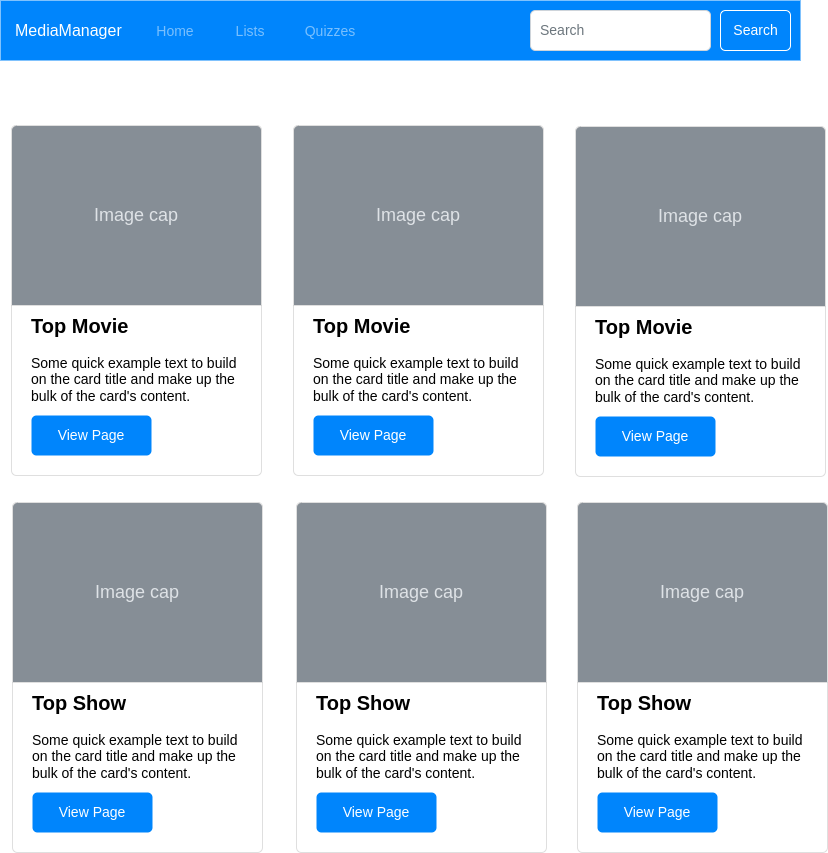
Earlier version of the draw.io export img/wireframes/Home.png (oneexists/oneexists.github.io). Source tidied: cells renumbered, new cells last; positions are measured from the earlier drawing's top-left corner, leaving out a move shared by most shapes. The source it was exported from:
```xml
<mxGraphModel>
  <root>
    <mxCell id="0" />
    <mxCell id="1" parent="0" />
    <mxCell id="2" value="MediaManager" style="html=1;shadow=0;dashed=0;fillColor=#0085FC;strokeColor=none;fontSize=16;fontColor=#ffffff;align=left;spacing=15;" parent="1" vertex="1">
      <mxGeometry width="800" height="60" as="geometry" />
    </mxCell>
    <mxCell id="3" value="Home" style="fillColor=none;strokeColor=none;fontSize=14;fontColor=#79BFFD;align=center;" parent="2" vertex="1">
      <mxGeometry width="70" height="40" relative="1" as="geometry">
        <mxPoint x="140" y="10" as="offset" />
      </mxGeometry>
    </mxCell>
    <mxCell id="4" value="Lists" style="fillColor=none;strokeColor=none;fontSize=14;fontColor=#79BFFD;align=center;spacingRight=0;" parent="2" vertex="1">
      <mxGeometry width="80" height="40" relative="1" as="geometry">
        <mxPoint x="210" y="10" as="offset" />
      </mxGeometry>
    </mxCell>
    <mxCell id="5" value="Quizzes" style="fillColor=none;strokeColor=none;fontSize=14;fontColor=#79BFFD;align=center;" parent="2" vertex="1">
      <mxGeometry width="80" height="40" relative="1" as="geometry">
        <mxPoint x="290" y="10" as="offset" />
      </mxGeometry>
    </mxCell>
    <mxCell id="6" value="Search" style="html=1;shadow=0;dashed=0;shape=mxgraph.bootstrap.rrect;rSize=5;fontSize=14;fontColor=#ffffff;strokeColor=#ffffff;fillColor=none;" parent="2" vertex="1">
      <mxGeometry x="1" width="70" height="40" relative="1" as="geometry">
        <mxPoint x="-80" y="10" as="offset" />
      </mxGeometry>
    </mxCell>
    <mxCell id="7" value="Search" style="html=1;shadow=0;dashed=0;shape=mxgraph.bootstrap.rrect;rSize=5;fontSize=14;fontColor=#6C767D;strokeColor=#CED4DA;fillColor=#ffffff;align=left;spacing=10;" parent="2" vertex="1">
      <mxGeometry x="1" width="180" height="40" relative="1" as="geometry">
        <mxPoint x="-270" y="10" as="offset" />
      </mxGeometry>
    </mxCell>
    <mxCell id="8" value="&lt;b&gt;&lt;font style=&quot;font-size: 20px&quot;&gt;Top Movie&lt;/font&gt;&lt;/b&gt;&lt;br style=&quot;font-size: 14px&quot;&gt;&lt;br style=&quot;font-size: 14px&quot;&gt;Some quick example text to build on the card title and make up the bulk of the card's content." style="html=1;shadow=0;dashed=0;shape=mxgraph.bootstrap.rrect;rSize=5;strokeColor=#DFDFDF;html=1;whiteSpace=wrap;fillColor=#ffffff;fontColor=#000000;verticalAlign=bottom;align=left;spacing=20;spacingBottom=50;fontSize=14;" parent="1" vertex="1">
      <mxGeometry x="11" y="125" width="250" height="350" as="geometry" />
    </mxCell>
    <mxCell id="9" value="Image cap" style="html=1;shadow=0;dashed=0;shape=mxgraph.bootstrap.topButton;rSize=5;perimeter=none;whiteSpace=wrap;fillColor=#868E96;strokeColor=#DFDFDF;fontColor=#DEE2E6;fontSize=18;" parent="8" vertex="1">
      <mxGeometry width="250" height="180" relative="1" as="geometry" />
    </mxCell>
    <mxCell id="10" value="View Page" style="html=1;shadow=0;dashed=0;shape=mxgraph.bootstrap.rrect;rSize=5;perimeter=none;whiteSpace=wrap;fillColor=#0085FC;strokeColor=none;fontColor=#ffffff;fontSize=14;" parent="8" vertex="1">
      <mxGeometry y="1" width="120" height="40" relative="1" as="geometry">
        <mxPoint x="20" y="-60" as="offset" />
      </mxGeometry>
    </mxCell>
    <mxCell id="11" value="&lt;b&gt;&lt;font style=&quot;font-size: 20px&quot;&gt;Top Movie&lt;/font&gt;&lt;/b&gt;&lt;br&gt;&lt;br style=&quot;font-size: 14px&quot;&gt;Some quick example text to build on the card title and make up the bulk of the card's content." style="html=1;shadow=0;dashed=0;shape=mxgraph.bootstrap.rrect;rSize=5;strokeColor=#DFDFDF;html=1;whiteSpace=wrap;fillColor=#ffffff;fontColor=#000000;verticalAlign=bottom;align=left;spacing=20;spacingBottom=50;fontSize=14;" parent="1" vertex="1">
      <mxGeometry x="575" y="126" width="250" height="350" as="geometry" />
    </mxCell>
    <mxCell id="12" value="Image cap" style="html=1;shadow=0;dashed=0;shape=mxgraph.bootstrap.topButton;rSize=5;perimeter=none;whiteSpace=wrap;fillColor=#868E96;strokeColor=#DFDFDF;fontColor=#DEE2E6;fontSize=18;" parent="11" vertex="1">
      <mxGeometry width="250" height="180" relative="1" as="geometry" />
    </mxCell>
    <mxCell id="13" value="View Page" style="html=1;shadow=0;dashed=0;shape=mxgraph.bootstrap.rrect;rSize=5;perimeter=none;whiteSpace=wrap;fillColor=#0085FC;strokeColor=none;fontColor=#ffffff;fontSize=14;" parent="11" vertex="1">
      <mxGeometry y="1" width="120" height="40" relative="1" as="geometry">
        <mxPoint x="20" y="-60" as="offset" />
      </mxGeometry>
    </mxCell>
    <mxCell id="14" value="&lt;b&gt;&lt;font style=&quot;font-size: 20px&quot;&gt;Top Movie&lt;/font&gt;&lt;/b&gt;&lt;br&gt;&lt;br style=&quot;font-size: 14px&quot;&gt;Some quick example text to build on the card title and make up the bulk of the card's content." style="html=1;shadow=0;dashed=0;shape=mxgraph.bootstrap.rrect;rSize=5;strokeColor=#DFDFDF;html=1;whiteSpace=wrap;fillColor=#ffffff;fontColor=#000000;verticalAlign=bottom;align=left;spacing=20;spacingBottom=50;fontSize=14;" parent="1" vertex="1">
      <mxGeometry x="293" y="125" width="250" height="350" as="geometry" />
    </mxCell>
    <mxCell id="15" value="Image cap" style="html=1;shadow=0;dashed=0;shape=mxgraph.bootstrap.topButton;rSize=5;perimeter=none;whiteSpace=wrap;fillColor=#868E96;strokeColor=#DFDFDF;fontColor=#DEE2E6;fontSize=18;" parent="14" vertex="1">
      <mxGeometry width="250" height="180" relative="1" as="geometry" />
    </mxCell>
    <mxCell id="16" value="View Page" style="html=1;shadow=0;dashed=0;shape=mxgraph.bootstrap.rrect;rSize=5;perimeter=none;whiteSpace=wrap;fillColor=#0085FC;strokeColor=none;fontColor=#ffffff;fontSize=14;" parent="14" vertex="1">
      <mxGeometry y="1" width="120" height="40" relative="1" as="geometry">
        <mxPoint x="20" y="-60" as="offset" />
      </mxGeometry>
    </mxCell>
    <mxCell id="17" value="&lt;b&gt;&lt;font style=&quot;font-size: 20px&quot;&gt;Top Show&lt;/font&gt;&lt;/b&gt;&lt;br&gt;&lt;br style=&quot;font-size: 14px&quot;&gt;Some quick example text to build on the card title and make up the bulk of the card's content." style="html=1;shadow=0;dashed=0;shape=mxgraph.bootstrap.rrect;rSize=5;strokeColor=#DFDFDF;html=1;whiteSpace=wrap;fillColor=#ffffff;fontColor=#000000;verticalAlign=bottom;align=left;spacing=20;spacingBottom=50;fontSize=14;" parent="1" vertex="1">
      <mxGeometry x="577" y="502" width="250" height="350" as="geometry" />
    </mxCell>
    <mxCell id="18" value="Image cap" style="html=1;shadow=0;dashed=0;shape=mxgraph.bootstrap.topButton;rSize=5;perimeter=none;whiteSpace=wrap;fillColor=#868E96;strokeColor=#DFDFDF;fontColor=#DEE2E6;fontSize=18;" parent="17" vertex="1">
      <mxGeometry width="250" height="180" relative="1" as="geometry" />
    </mxCell>
    <mxCell id="19" value="View Page" style="html=1;shadow=0;dashed=0;shape=mxgraph.bootstrap.rrect;rSize=5;perimeter=none;whiteSpace=wrap;fillColor=#0085FC;strokeColor=none;fontColor=#ffffff;fontSize=14;" parent="17" vertex="1">
      <mxGeometry y="1" width="120" height="40" relative="1" as="geometry">
        <mxPoint x="20" y="-60" as="offset" />
      </mxGeometry>
    </mxCell>
    <mxCell id="20" value="&lt;b&gt;&lt;font style=&quot;font-size: 20px&quot;&gt;Top Show&lt;/font&gt;&lt;/b&gt;&lt;br style=&quot;font-size: 14px&quot;&gt;&lt;br style=&quot;font-size: 14px&quot;&gt;Some quick example text to build on the card title and make up the bulk of the card's content." style="html=1;shadow=0;dashed=0;shape=mxgraph.bootstrap.rrect;rSize=5;strokeColor=#DFDFDF;html=1;whiteSpace=wrap;fillColor=#ffffff;fontColor=#000000;verticalAlign=bottom;align=left;spacing=20;spacingBottom=50;fontSize=14;" parent="1" vertex="1">
      <mxGeometry x="296" y="502" width="250" height="350" as="geometry" />
    </mxCell>
    <mxCell id="21" value="Image cap" style="html=1;shadow=0;dashed=0;shape=mxgraph.bootstrap.topButton;rSize=5;perimeter=none;whiteSpace=wrap;fillColor=#868E96;strokeColor=#DFDFDF;fontColor=#DEE2E6;fontSize=18;" parent="20" vertex="1">
      <mxGeometry width="250" height="180" relative="1" as="geometry" />
    </mxCell>
    <mxCell id="22" value="View Page" style="html=1;shadow=0;dashed=0;shape=mxgraph.bootstrap.rrect;rSize=5;perimeter=none;whiteSpace=wrap;fillColor=#0085FC;strokeColor=none;fontColor=#ffffff;fontSize=14;" parent="20" vertex="1">
      <mxGeometry y="1" width="120" height="40" relative="1" as="geometry">
        <mxPoint x="20" y="-60" as="offset" />
      </mxGeometry>
    </mxCell>
    <mxCell id="23" value="&lt;b&gt;&lt;font style=&quot;font-size: 20px&quot;&gt;Top Show&lt;/font&gt;&lt;/b&gt;&lt;br style=&quot;font-size: 14px&quot;&gt;&lt;br style=&quot;font-size: 14px&quot;&gt;Some quick example text to build on the card title and make up the bulk of the card's content." style="html=1;shadow=0;dashed=0;shape=mxgraph.bootstrap.rrect;rSize=5;strokeColor=#DFDFDF;html=1;whiteSpace=wrap;fillColor=#ffffff;fontColor=#000000;verticalAlign=bottom;align=left;spacing=20;spacingBottom=50;fontSize=14;" parent="1" vertex="1">
      <mxGeometry x="12" y="502" width="250" height="350" as="geometry" />
    </mxCell>
    <mxCell id="24" value="Image cap" style="html=1;shadow=0;dashed=0;shape=mxgraph.bootstrap.topButton;rSize=5;perimeter=none;whiteSpace=wrap;fillColor=#868E96;strokeColor=#DFDFDF;fontColor=#DEE2E6;fontSize=18;" parent="23" vertex="1">
      <mxGeometry width="250" height="180" relative="1" as="geometry" />
    </mxCell>
    <mxCell id="25" value="View Page" style="html=1;shadow=0;dashed=0;shape=mxgraph.bootstrap.rrect;rSize=5;perimeter=none;whiteSpace=wrap;fillColor=#0085FC;strokeColor=none;fontColor=#ffffff;fontSize=14;" parent="23" vertex="1">
      <mxGeometry y="1" width="120" height="40" relative="1" as="geometry">
        <mxPoint x="20" y="-60" as="offset" />
      </mxGeometry>
    </mxCell>
  </root>
</mxGraphModel>
```
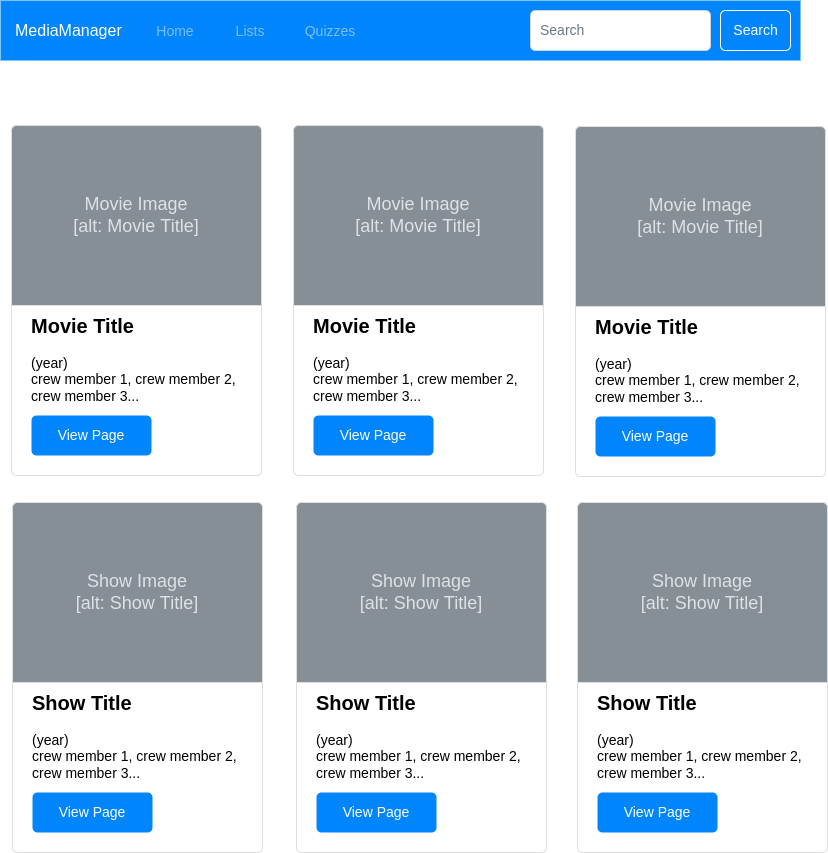
Later version of the same file.

Commit message:
update home page to specify movie and show data display

Diff of the diagram source:
```diff
@@ -30,10 +30,10 @@
         <mxPoint x="-270" y="10" as="offset" />
       </mxGeometry>
     </mxCell>
-    <mxCell id="8" value="&lt;b&gt;&lt;font style=&quot;font-size: 20px&quot;&gt;Top Movie&lt;/font&gt;&lt;/b&gt;&lt;br style=&quot;font-size: 14px&quot;&gt;&lt;br style=&quot;font-size: 14px&quot;&gt;Some quick example text to build on the card title and make up the bulk of the card's content." style="html=1;shadow=0;dashed=0;shape=mxgraph.bootstrap.rrect;rSize=5;strokeColor=#DFDFDF;html=1;whiteSpace=wrap;fillColor=#ffffff;fontColor=#000000;verticalAlign=bottom;align=left;spacing=20;spacingBottom=50;fontSize=14;" parent="1" vertex="1">
+    <mxCell id="8" value="&lt;b&gt;&lt;font style=&quot;font-size: 20px&quot;&gt;Movie Title&lt;/font&gt;&lt;/b&gt;&lt;br style=&quot;font-size: 14px&quot;&gt;&lt;br style=&quot;font-size: 14px&quot;&gt;(year)&lt;br&gt;crew member 1, crew member 2, crew member 3..." style="html=1;shadow=0;dashed=0;shape=mxgraph.bootstrap.rrect;rSize=5;strokeColor=#DFDFDF;html=1;whiteSpace=wrap;fillColor=#ffffff;fontColor=#000000;verticalAlign=bottom;align=left;spacing=20;spacingBottom=50;fontSize=14;" parent="1" vertex="1">
       <mxGeometry x="11" y="125" width="250" height="350" as="geometry" />
     </mxCell>
-    <mxCell id="9" value="Image cap" style="html=1;shadow=0;dashed=0;shape=mxgraph.bootstrap.topButton;rSize=5;perimeter=none;whiteSpace=wrap;fillColor=#868E96;strokeColor=#DFDFDF;fontColor=#DEE2E6;fontSize=18;" parent="8" vertex="1">
+    <mxCell id="9" value="Movie Image&lt;br&gt;[alt: Movie Title]" style="html=1;shadow=0;dashed=0;shape=mxgraph.bootstrap.topButton;rSize=5;perimeter=none;whiteSpace=wrap;fillColor=#868E96;strokeColor=#DFDFDF;fontColor=#DEE2E6;fontSize=18;" parent="8" vertex="1">
       <mxGeometry width="250" height="180" relative="1" as="geometry" />
     </mxCell>
     <mxCell id="10" value="View Page" style="html=1;shadow=0;dashed=0;shape=mxgraph.bootstrap.rrect;rSize=5;perimeter=none;whiteSpace=wrap;fillColor=#0085FC;strokeColor=none;fontColor=#ffffff;fontSize=14;" parent="8" vertex="1">
@@ -41,10 +41,10 @@
         <mxPoint x="20" y="-60" as="offset" />
       </mxGeometry>
     </mxCell>
-    <mxCell id="11" value="&lt;b&gt;&lt;font style=&quot;font-size: 20px&quot;&gt;Top Movie&lt;/font&gt;&lt;/b&gt;&lt;br&gt;&lt;br style=&quot;font-size: 14px&quot;&gt;Some quick example text to build on the card title and make up the bulk of the card's content." style="html=1;shadow=0;dashed=0;shape=mxgraph.bootstrap.rrect;rSize=5;strokeColor=#DFDFDF;html=1;whiteSpace=wrap;fillColor=#ffffff;fontColor=#000000;verticalAlign=bottom;align=left;spacing=20;spacingBottom=50;fontSize=14;" parent="1" vertex="1">
+    <mxCell id="11" value="&lt;b&gt;&lt;font style=&quot;font-size: 20px&quot;&gt;Movie Title&lt;/font&gt;&lt;/b&gt;&lt;br&gt;&lt;br&gt;(year)&lt;br&gt;crew member 1, crew member 2, crew member 3..." style="html=1;shadow=0;dashed=0;shape=mxgraph.bootstrap.rrect;rSize=5;strokeColor=#DFDFDF;html=1;whiteSpace=wrap;fillColor=#ffffff;fontColor=#000000;verticalAlign=bottom;align=left;spacing=20;spacingBottom=50;fontSize=14;" parent="1" vertex="1">
       <mxGeometry x="575" y="126" width="250" height="350" as="geometry" />
     </mxCell>
-    <mxCell id="12" value="Image cap" style="html=1;shadow=0;dashed=0;shape=mxgraph.bootstrap.topButton;rSize=5;perimeter=none;whiteSpace=wrap;fillColor=#868E96;strokeColor=#DFDFDF;fontColor=#DEE2E6;fontSize=18;" parent="11" vertex="1">
+    <mxCell id="12" value="Movie Image&lt;br&gt;[alt: Movie Title]" style="html=1;shadow=0;dashed=0;shape=mxgraph.bootstrap.topButton;rSize=5;perimeter=none;whiteSpace=wrap;fillColor=#868E96;strokeColor=#DFDFDF;fontColor=#DEE2E6;fontSize=18;" parent="11" vertex="1">
       <mxGeometry width="250" height="180" relative="1" as="geometry" />
     </mxCell>
     <mxCell id="13" value="View Page" style="html=1;shadow=0;dashed=0;shape=mxgraph.bootstrap.rrect;rSize=5;perimeter=none;whiteSpace=wrap;fillColor=#0085FC;strokeColor=none;fontColor=#ffffff;fontSize=14;" parent="11" vertex="1">
@@ -52,10 +52,10 @@
         <mxPoint x="20" y="-60" as="offset" />
       </mxGeometry>
     </mxCell>
-    <mxCell id="14" value="&lt;b&gt;&lt;font style=&quot;font-size: 20px&quot;&gt;Top Movie&lt;/font&gt;&lt;/b&gt;&lt;br&gt;&lt;br style=&quot;font-size: 14px&quot;&gt;Some quick example text to build on the card title and make up the bulk of the card's content." style="html=1;shadow=0;dashed=0;shape=mxgraph.bootstrap.rrect;rSize=5;strokeColor=#DFDFDF;html=1;whiteSpace=wrap;fillColor=#ffffff;fontColor=#000000;verticalAlign=bottom;align=left;spacing=20;spacingBottom=50;fontSize=14;" parent="1" vertex="1">
+    <mxCell id="14" value="&lt;b&gt;&lt;font style=&quot;font-size: 20px&quot;&gt;Movie Title&lt;/font&gt;&lt;/b&gt;&lt;br&gt;&lt;br&gt;(year)&lt;br&gt;crew member 1, crew member 2, crew member 3..." style="html=1;shadow=0;dashed=0;shape=mxgraph.bootstrap.rrect;rSize=5;strokeColor=#DFDFDF;html=1;whiteSpace=wrap;fillColor=#ffffff;fontColor=#000000;verticalAlign=bottom;align=left;spacing=20;spacingBottom=50;fontSize=14;" parent="1" vertex="1">
       <mxGeometry x="293" y="125" width="250" height="350" as="geometry" />
     </mxCell>
-    <mxCell id="15" value="Image cap" style="html=1;shadow=0;dashed=0;shape=mxgraph.bootstrap.topButton;rSize=5;perimeter=none;whiteSpace=wrap;fillColor=#868E96;strokeColor=#DFDFDF;fontColor=#DEE2E6;fontSize=18;" parent="14" vertex="1">
+    <mxCell id="15" value="Movie Image&lt;br&gt;[alt: Movie Title]" style="html=1;shadow=0;dashed=0;shape=mxgraph.bootstrap.topButton;rSize=5;perimeter=none;whiteSpace=wrap;fillColor=#868E96;strokeColor=#DFDFDF;fontColor=#DEE2E6;fontSize=18;" parent="14" vertex="1">
       <mxGeometry width="250" height="180" relative="1" as="geometry" />
     </mxCell>
     <mxCell id="16" value="View Page" style="html=1;shadow=0;dashed=0;shape=mxgraph.bootstrap.rrect;rSize=5;perimeter=none;whiteSpace=wrap;fillColor=#0085FC;strokeColor=none;fontColor=#ffffff;fontSize=14;" parent="14" vertex="1">
@@ -63,10 +63,10 @@
         <mxPoint x="20" y="-60" as="offset" />
       </mxGeometry>
     </mxCell>
-    <mxCell id="17" value="&lt;b&gt;&lt;font style=&quot;font-size: 20px&quot;&gt;Top Show&lt;/font&gt;&lt;/b&gt;&lt;br&gt;&lt;br style=&quot;font-size: 14px&quot;&gt;Some quick example text to build on the card title and make up the bulk of the card's content." style="html=1;shadow=0;dashed=0;shape=mxgraph.bootstrap.rrect;rSize=5;strokeColor=#DFDFDF;html=1;whiteSpace=wrap;fillColor=#ffffff;fontColor=#000000;verticalAlign=bottom;align=left;spacing=20;spacingBottom=50;fontSize=14;" parent="1" vertex="1">
+    <mxCell id="17" value="&lt;b&gt;&lt;font style=&quot;font-size: 20px&quot;&gt;Show Title&lt;/font&gt;&lt;/b&gt;&lt;br&gt;&lt;br&gt;(year)&lt;br&gt;crew member 1, crew member 2, crew member 3..." style="html=1;shadow=0;dashed=0;shape=mxgraph.bootstrap.rrect;rSize=5;strokeColor=#DFDFDF;html=1;whiteSpace=wrap;fillColor=#ffffff;fontColor=#000000;verticalAlign=bottom;align=left;spacing=20;spacingBottom=50;fontSize=14;" parent="1" vertex="1">
       <mxGeometry x="577" y="502" width="250" height="350" as="geometry" />
     </mxCell>
-    <mxCell id="18" value="Image cap" style="html=1;shadow=0;dashed=0;shape=mxgraph.bootstrap.topButton;rSize=5;perimeter=none;whiteSpace=wrap;fillColor=#868E96;strokeColor=#DFDFDF;fontColor=#DEE2E6;fontSize=18;" parent="17" vertex="1">
+    <mxCell id="18" value="Show Image&lt;br&gt;[alt: Show Title]" style="html=1;shadow=0;dashed=0;shape=mxgraph.bootstrap.topButton;rSize=5;perimeter=none;whiteSpace=wrap;fillColor=#868E96;strokeColor=#DFDFDF;fontColor=#DEE2E6;fontSize=18;" parent="17" vertex="1">
       <mxGeometry width="250" height="180" relative="1" as="geometry" />
     </mxCell>
     <mxCell id="19" value="View Page" style="html=1;shadow=0;dashed=0;shape=mxgraph.bootstrap.rrect;rSize=5;perimeter=none;whiteSpace=wrap;fillColor=#0085FC;strokeColor=none;fontColor=#ffffff;fontSize=14;" parent="17" vertex="1">
@@ -74,10 +74,10 @@
         <mxPoint x="20" y="-60" as="offset" />
       </mxGeometry>
     </mxCell>
-    <mxCell id="20" value="&lt;b&gt;&lt;font style=&quot;font-size: 20px&quot;&gt;Top Show&lt;/font&gt;&lt;/b&gt;&lt;br style=&quot;font-size: 14px&quot;&gt;&lt;br style=&quot;font-size: 14px&quot;&gt;Some quick example text to build on the card title and make up the bulk of the card's content." style="html=1;shadow=0;dashed=0;shape=mxgraph.bootstrap.rrect;rSize=5;strokeColor=#DFDFDF;html=1;whiteSpace=wrap;fillColor=#ffffff;fontColor=#000000;verticalAlign=bottom;align=left;spacing=20;spacingBottom=50;fontSize=14;" parent="1" vertex="1">
+    <mxCell id="20" value="&lt;b&gt;&lt;font style=&quot;font-size: 20px&quot;&gt;Show Title&lt;/font&gt;&lt;/b&gt;&lt;br&gt;&lt;br&gt;(year)&lt;br&gt;crew member 1, crew member 2, crew member 3..." style="html=1;shadow=0;dashed=0;shape=mxgraph.bootstrap.rrect;rSize=5;strokeColor=#DFDFDF;html=1;whiteSpace=wrap;fillColor=#ffffff;fontColor=#000000;verticalAlign=bottom;align=left;spacing=20;spacingBottom=50;fontSize=14;" parent="1" vertex="1">
       <mxGeometry x="296" y="502" width="250" height="350" as="geometry" />
     </mxCell>
-    <mxCell id="21" value="Image cap" style="html=1;shadow=0;dashed=0;shape=mxgraph.bootstrap.topButton;rSize=5;perimeter=none;whiteSpace=wrap;fillColor=#868E96;strokeColor=#DFDFDF;fontColor=#DEE2E6;fontSize=18;" parent="20" vertex="1">
+    <mxCell id="21" value="Show Image&lt;br&gt;[alt: Show Title]" style="html=1;shadow=0;dashed=0;shape=mxgraph.bootstrap.topButton;rSize=5;perimeter=none;whiteSpace=wrap;fillColor=#868E96;strokeColor=#DFDFDF;fontColor=#DEE2E6;fontSize=18;" parent="20" vertex="1">
       <mxGeometry width="250" height="180" relative="1" as="geometry" />
     </mxCell>
     <mxCell id="22" value="View Page" style="html=1;shadow=0;dashed=0;shape=mxgraph.bootstrap.rrect;rSize=5;perimeter=none;whiteSpace=wrap;fillColor=#0085FC;strokeColor=none;fontColor=#ffffff;fontSize=14;" parent="20" vertex="1">
@@ -85,10 +85,10 @@
         <mxPoint x="20" y="-60" as="offset" />
       </mxGeometry>
     </mxCell>
-    <mxCell id="23" value="&lt;b&gt;&lt;font style=&quot;font-size: 20px&quot;&gt;Top Show&lt;/font&gt;&lt;/b&gt;&lt;br style=&quot;font-size: 14px&quot;&gt;&lt;br style=&quot;font-size: 14px&quot;&gt;Some quick example text to build on the card title and make up the bulk of the card's content." style="html=1;shadow=0;dashed=0;shape=mxgraph.bootstrap.rrect;rSize=5;strokeColor=#DFDFDF;html=1;whiteSpace=wrap;fillColor=#ffffff;fontColor=#000000;verticalAlign=bottom;align=left;spacing=20;spacingBottom=50;fontSize=14;" parent="1" vertex="1">
+    <mxCell id="23" value="&lt;b&gt;&lt;font style=&quot;font-size: 20px&quot;&gt;Show Title&lt;/font&gt;&lt;/b&gt;&lt;br&gt;&lt;br&gt;(year)&lt;br&gt;crew member 1, crew member 2, crew member 3..." style="html=1;shadow=0;dashed=0;shape=mxgraph.bootstrap.rrect;rSize=5;strokeColor=#DFDFDF;html=1;whiteSpace=wrap;fillColor=#ffffff;fontColor=#000000;verticalAlign=bottom;align=left;spacing=20;spacingBottom=50;fontSize=14;" parent="1" vertex="1">
       <mxGeometry x="12" y="502" width="250" height="350" as="geometry" />
     </mxCell>
-    <mxCell id="24" value="Image cap" style="html=1;shadow=0;dashed=0;shape=mxgraph.bootstrap.topButton;rSize=5;perimeter=none;whiteSpace=wrap;fillColor=#868E96;strokeColor=#DFDFDF;fontColor=#DEE2E6;fontSize=18;" parent="23" vertex="1">
+    <mxCell id="24" value="Show Image&lt;br&gt;[alt: Show Title]" style="html=1;shadow=0;dashed=0;shape=mxgraph.bootstrap.topButton;rSize=5;perimeter=none;whiteSpace=wrap;fillColor=#868E96;strokeColor=#DFDFDF;fontColor=#DEE2E6;fontSize=18;" parent="23" vertex="1">
       <mxGeometry width="250" height="180" relative="1" as="geometry" />
     </mxCell>
     <mxCell id="25" value="View Page" style="html=1;shadow=0;dashed=0;shape=mxgraph.bootstrap.rrect;rSize=5;perimeter=none;whiteSpace=wrap;fillColor=#0085FC;strokeColor=none;fontColor=#ffffff;fontSize=14;" parent="23" vertex="1">
```
